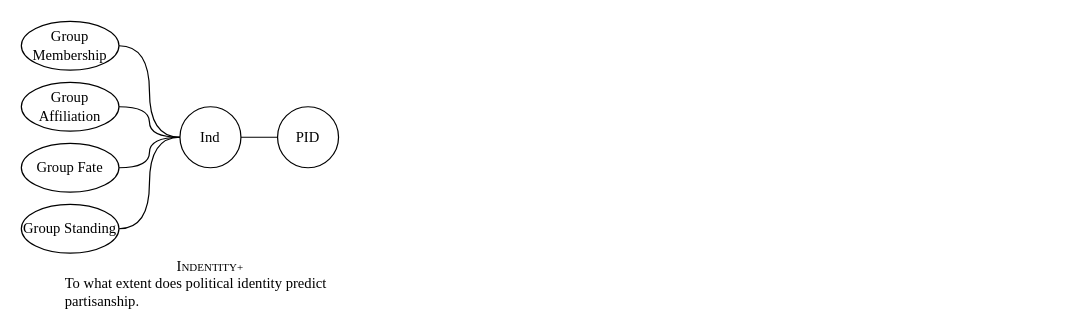
changgge/changgge keeps this draw.io diagram as Issue_Identity_JQD.drawio. Above is the earlier version. Source tidied: cells renumbered, new cells numbered last; positions are measured from the earlier drawing's top-left corner, leaving out a move shared by most shapes. Both pictures are drawn from the tidied source at 122%, with x=0, y=0 at pixel (21, 21).
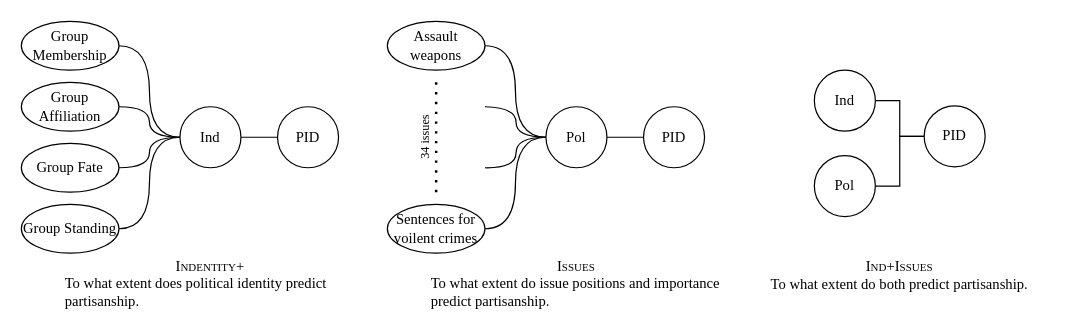
Above is the later version.

What changed in the source:
```diff
@@
-    <mxCell id="13" value="I&lt;font style=&quot;font-size: 9px;&quot;&gt;NDENTITY+&lt;/font&gt;&lt;div style=&quot;text-align: left;&quot;&gt;To what extent does political identity predict partisanship.&lt;/div&gt;" style="text;html=1;align=center;verticalAlign=middle;whiteSpace=wrap;rounded=0;horizontal=1;fontFamily=Times New Roman;" parent="1" vertex="1">
+    <mxCell id="13" value="I&lt;font style=&quot;font-size: 9px;&quot;&gt;NDENTITY&lt;/font&gt;&lt;font&gt;+&lt;/font&gt;&lt;div style=&quot;text-align: left;&quot;&gt;To what extent does political identity predict partisanship.&lt;/div&gt;" style="text;html=1;align=center;verticalAlign=middle;whiteSpace=wrap;rounded=0;horizontal=1;fontFamily=Times New Roman;" parent="1" vertex="1">
       <mxGeometry x="35" y="200" width="240" height="30" as="geometry" />
     </mxCell>
+    <mxCell id="14" style="edgeStyle=orthogonalEdgeStyle;rounded=0;jettySize=auto;html=1;exitX=1;exitY=0.5;exitDx=0;exitDy=0;entryX=0;entryY=0.5;entryDx=0;entryDy=0;endArrow=none;startFill=0;" parent="1" edge="1" source="15" target="16">
+      <mxGeometry relative="1" as="geometry" />
+    </mxCell>
+    <mxCell id="15" value="Pol" style="ellipse;whiteSpace=wrap;html=1;fontFamily=Times New Roman;" parent="1" vertex="1">
+      <mxGeometry x="430" y="70" width="50" height="50" as="geometry" />
+    </mxCell>
+    <mxCell id="16" value="PID" style="ellipse;whiteSpace=wrap;html=1;fontFamily=Times New Roman;" parent="1" vertex="1">
+      <mxGeometry x="510" y="70" width="50" height="50" as="geometry" />
+    </mxCell>
+    <mxCell id="17" style="edgeStyle=orthogonalEdgeStyle;rounded=0;jettySize=auto;html=1;exitX=1;exitY=0.5;exitDx=0;exitDy=0;entryX=0;entryY=0.5;entryDx=0;entryDy=0;curved=1;endArrow=none;startFill=0;" parent="1" edge="1" source="18" target="15">
+      <mxGeometry relative="1" as="geometry" />
+    </mxCell>
+    <mxCell id="18" value="Assault weapons" style="ellipse;whiteSpace=wrap;html=1;fontFamily=Times New Roman;" parent="1" vertex="1">
+      <mxGeometry x="300" width="80" height="40" as="geometry" />
+    </mxCell>
+    <mxCell id="19" value="Sentences for voilent crimes" style="ellipse;whiteSpace=wrap;html=1;fontFamily=Times New Roman;" parent="1" vertex="1">
+      <mxGeometry x="300" y="150" width="80" height="40" as="geometry" />
+    </mxCell>
+    <mxCell id="20" style="edgeStyle=orthogonalEdgeStyle;rounded=0;jettySize=auto;html=1;entryX=1;entryY=0.5;entryDx=0;entryDy=0;curved=1;endArrow=none;startFill=0;exitX=0;exitY=0.5;exitDx=0;exitDy=0;" parent="1" edge="1" source="15">
+      <mxGeometry relative="1" as="geometry">
+        <mxPoint x="380" y="70" as="targetPoint" />
+      </mxGeometry>
+    </mxCell>
+    <mxCell id="21" style="edgeStyle=orthogonalEdgeStyle;rounded=0;jettySize=auto;html=1;exitX=1;exitY=0.5;exitDx=0;exitDy=0;entryX=0;entryY=0.5;entryDx=0;entryDy=0;curved=1;endArrow=none;startFill=0;" parent="1" edge="1" target="15">
+      <mxGeometry relative="1" as="geometry">
+        <mxPoint x="380" y="120" as="sourcePoint" />
+      </mxGeometry>
+    </mxCell>
+    <mxCell id="22" style="edgeStyle=orthogonalEdgeStyle;rounded=0;jettySize=auto;html=1;exitX=1;exitY=0.5;exitDx=0;exitDy=0;entryX=0;entryY=0.5;entryDx=0;entryDy=0;curved=1;endArrow=none;startFill=0;" parent="1" edge="1" source="19" target="15">
+      <mxGeometry relative="1" as="geometry" />
+    </mxCell>
+    <mxCell id="23" value="I&lt;font style=&quot;font-size: 9px;&quot;&gt;SSUES&lt;/font&gt;&lt;div style=&quot;text-align: left;&quot;&gt;To what extent do issue positions and importance predict partisanship.&lt;/div&gt;" style="text;html=1;align=center;verticalAlign=middle;whiteSpace=wrap;rounded=0;horizontal=1;fontFamily=Times New Roman;" parent="1" vertex="1">
+      <mxGeometry x="335" y="200" width="240" height="30" as="geometry" />
+    </mxCell>
+    <mxCell id="24" style="edgeStyle=orthogonalEdgeStyle;rounded=0;orthogonalLoop=1;jettySize=auto;html=1;exitX=0.5;exitY=1;exitDx=0;exitDy=0;" parent="1" edge="1" source="23" target="23">
+      <mxGeometry relative="1" as="geometry" />
+    </mxCell>
+    <mxCell id="25" style="endArrow=none;dashed=1;html=1;dashPattern=1 3;strokeWidth=2;rounded=0;" parent="1" edge="1">
+      <mxGeometry relative="1" as="geometry">
+        <mxPoint x="340" y="140" as="sourcePoint" />
+        <mxPoint x="340" y="50" as="targetPoint" />
+      </mxGeometry>
+    </mxCell>
+    <mxCell id="26" value="34 issues" style="text;html=1;align=center;verticalAlign=middle;whiteSpace=wrap;rounded=0;fontSize=10;fontFamily=Times New Roman;horizontal=0;" parent="1" vertex="1">
+      <mxGeometry x="301" y="50" width="60" height="90" as="geometry" />
+    </mxCell>
+    <mxCell id="27" style="edgeStyle=orthogonalEdgeStyle;rounded=0;jettySize=auto;html=1;exitX=1;exitY=0.5;exitDx=0;exitDy=0;entryX=0;entryY=0.5;entryDx=0;entryDy=0;endArrow=none;startFill=0;" parent="1" edge="1" source="28" target="29">
+      <mxGeometry relative="1" as="geometry" />
+    </mxCell>
+    <mxCell id="28" value="Ind" style="ellipse;whiteSpace=wrap;html=1;fontFamily=Times New Roman;" parent="1" vertex="1">
+      <mxGeometry x="650" y="40" width="50" height="50" as="geometry" />
+    </mxCell>
+    <mxCell id="29" value="PID" style="ellipse;whiteSpace=wrap;html=1;fontFamily=Times New Roman;" parent="1" vertex="1">
+      <mxGeometry x="740" y="69.2" width="50" height="50" as="geometry" />
+    </mxCell>
+    <mxCell id="30" value="I&lt;font style=&quot;font-size: 9px;&quot;&gt;ND&lt;/font&gt;&lt;font&gt;+&lt;/font&gt;I&lt;font style=&quot;font-size: 9px;&quot;&gt;SSUES&lt;/font&gt;&lt;div style=&quot;text-align: left;&quot;&gt;To what extent do both predict partisanship.&lt;/div&gt;" style="text;html=1;align=center;verticalAlign=middle;whiteSpace=wrap;rounded=0;horizontal=1;fontFamily=Times New Roman;" parent="1" vertex="1">
+      <mxGeometry x="600" y="193" width="240" height="30" as="geometry" />
+    </mxCell>
+    <mxCell id="31" style="edgeStyle=orthogonalEdgeStyle;rounded=0;orthogonalLoop=1;jettySize=auto;html=1;exitX=0.5;exitY=1;exitDx=0;exitDy=0;" parent="1" edge="1" source="30" target="30">
+      <mxGeometry relative="1" as="geometry" />
+    </mxCell>
+    <mxCell id="32" style="edgeStyle=orthogonalEdgeStyle;rounded=0;jettySize=auto;html=1;exitX=1;exitY=0.5;exitDx=0;exitDy=0;entryX=0;entryY=0.5;entryDx=0;entryDy=0;endArrow=none;startFill=0;" parent="1" edge="1" source="33" target="29">
+      <mxGeometry relative="1" as="geometry" />
+    </mxCell>
+    <mxCell id="33" value="Pol" style="ellipse;whiteSpace=wrap;html=1;fontFamily=Times New Roman;" parent="1" vertex="1">
+      <mxGeometry x="650" y="110" width="50" height="50" as="geometry" />
+    </mxCell>
```
